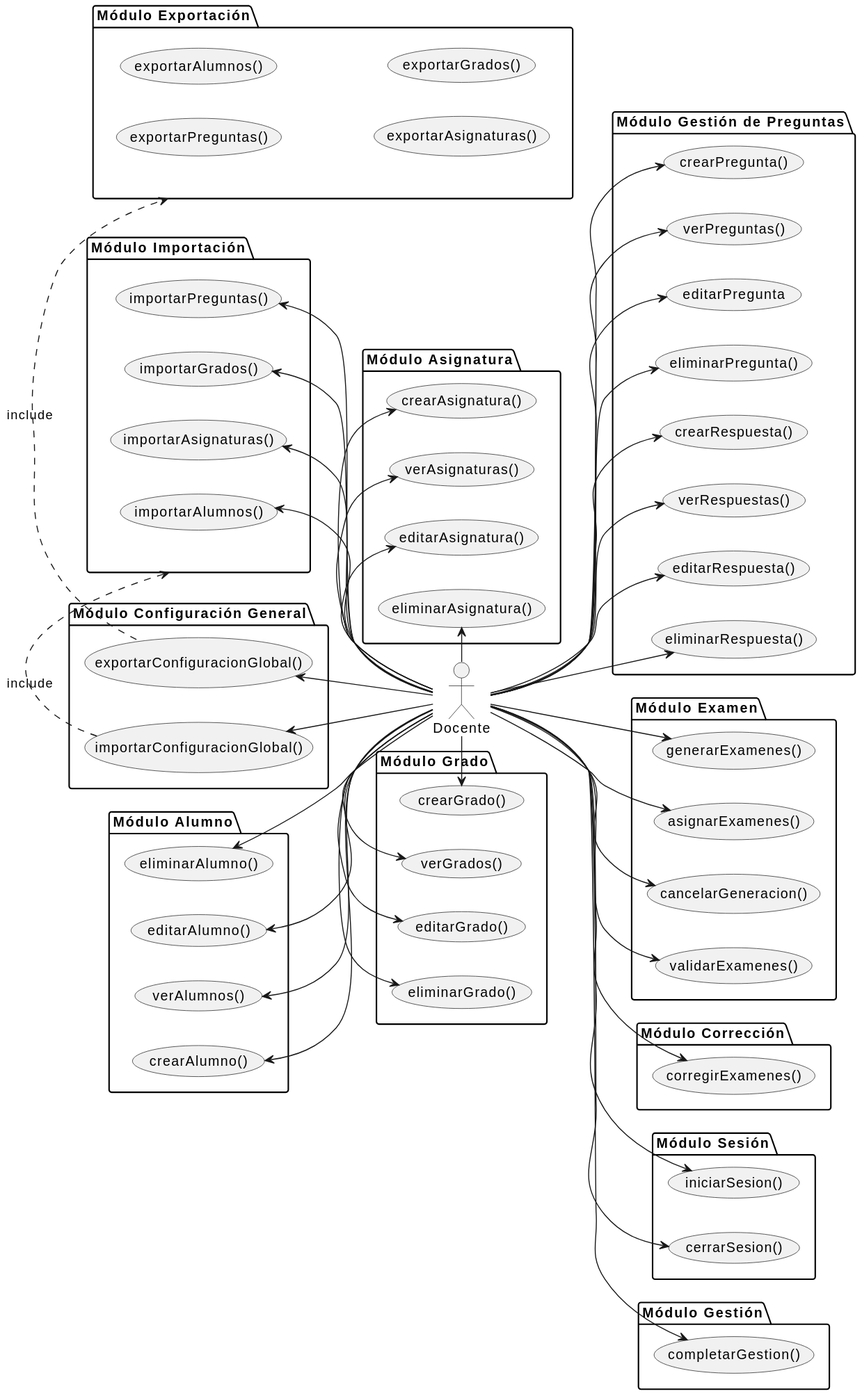
martinlopez7/25-26-IdSw1-SdR keeps this PlantUML diagram as documents/casos-de-uso/encontrarActoresYCasosDeUso/actoresYCasosDeUso-docente.svg. Above is the earlier version.
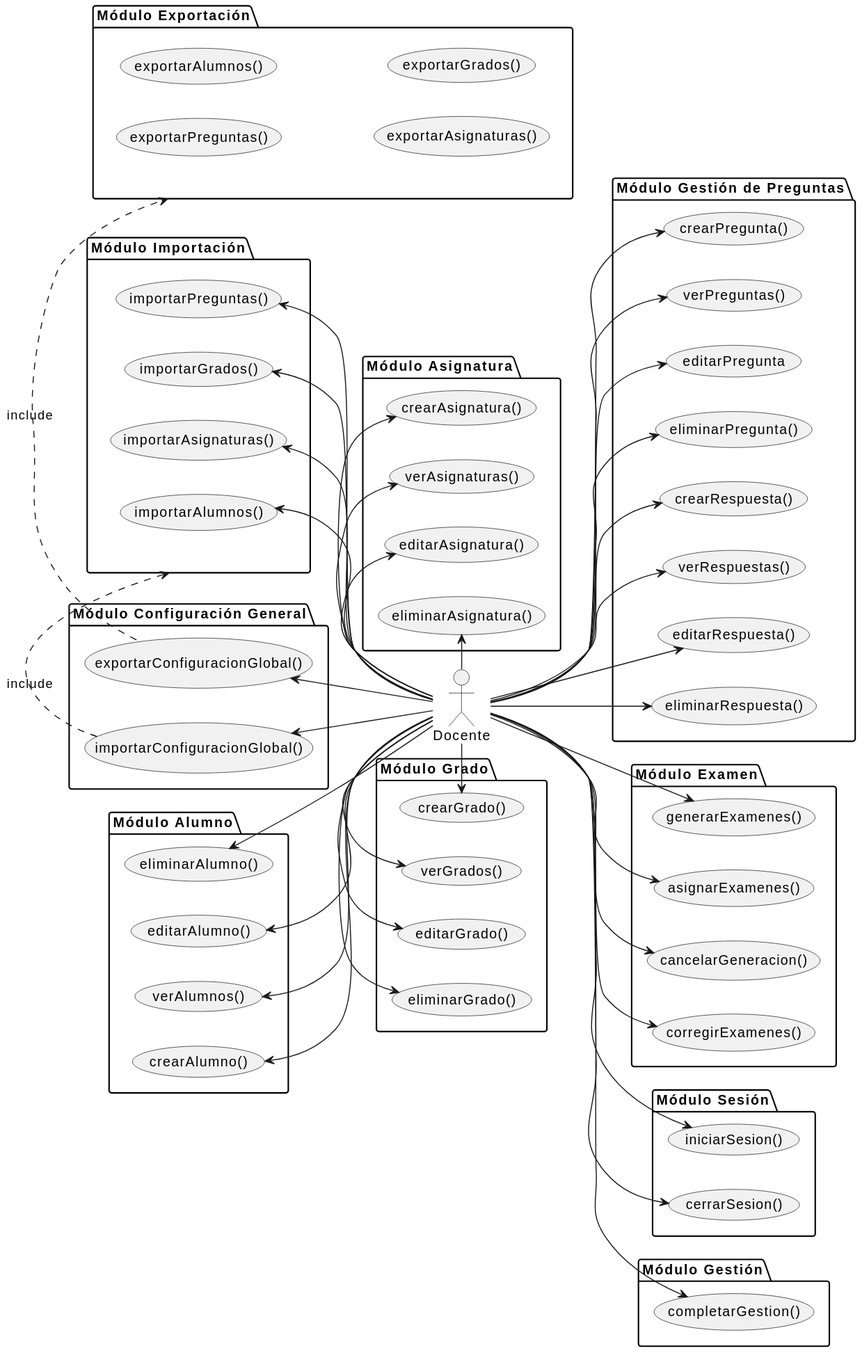
The same diagram one commit later.

What changed in the source:
```diff
@@ -52,10 +52,6 @@
   usecase "generarExamenes()" as UC28
   usecase "asignarExamenes()" as UC29
   usecase "cancelarGeneracion()" as UC40
-  usecase "validarExamenes()" as UC41
-}
-
-package "Módulo Corrección" {
   usecase "corregirExamenes()" as UC31
 }
 
@@ -114,7 +110,6 @@
 doc -l-> UC36
 doc -l-> UC38
 doc --> UC40
-doc --> UC41
 doc --> UC42
 doc --> UC43
 ME44<.r.UC26 :include
```
